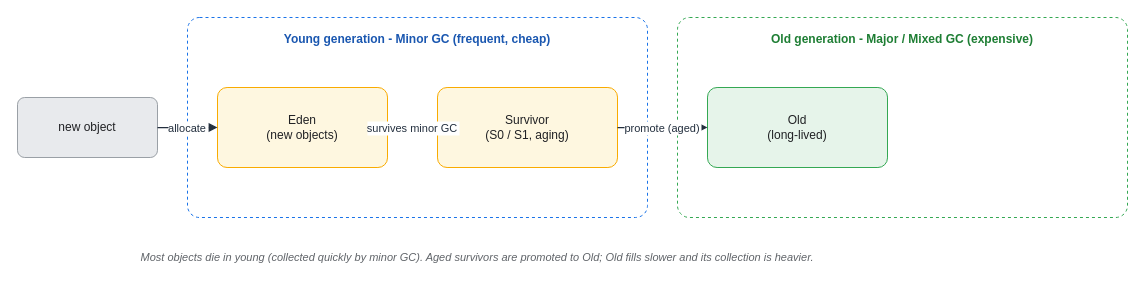
This is assets/img/jvm/jvm-07-gc-generational.drawio from KKamJi98/kkamji98.github.io, a draw.io file, before an edit. Source tidied: cells renumbered, new cells numbered last; positions are measured from the earlier drawing's top-left corner, leaving out a move shared by most shapes. Both pictures are drawn from the tidied source at 100%, with x=0, y=0 at pixel (17, 17).
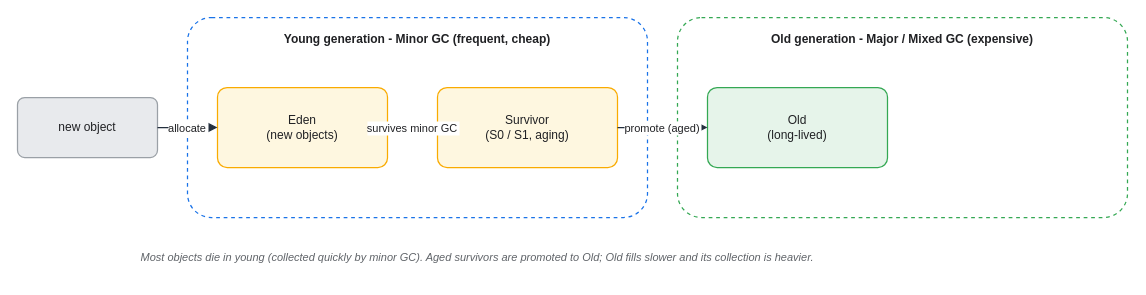
After the change.

Diff of the diagram source:
```diff
@@
 <mxGraphModel background="#FFFFFF">
   <root>
     <mxCell id="0" />
     <mxCell id="1" parent="0" />
-    <mxCell id="2" value="Young generation  -  Minor GC (frequent, cheap)" style="rounded=1;whiteSpace=wrap;html=0;arcSize=6;shadow=0;fillColor=#FFFFFF;strokeColor=#1A73E8;fontColor=#1A57B0;fontStyle=1;verticalAlign=top;align=center;dashed=1;spacingTop=8;" parent="1" vertex="1">
+    <mxCell id="2" value="Young generation  -  Minor GC (frequent, cheap)" style="rounded=1;whiteSpace=wrap;html=0;arcSize=12;shadow=0;fillColor=#FFFFFF;strokeColor=#1A73E8;fontColor=#202124;fontStyle=1;verticalAlign=top;align=center;dashed=1;spacingTop=8;strokeWidth=1.25;" parent="1" vertex="1">
       <mxGeometry x="170" width="460" height="200" as="geometry" />
     </mxCell>
-    <mxCell id="3" value="Old generation  -  Major / Mixed GC (expensive)" style="rounded=1;whiteSpace=wrap;html=0;arcSize=6;shadow=0;fillColor=#FFFFFF;strokeColor=#34A853;fontColor=#1E7E34;fontStyle=1;verticalAlign=top;align=center;dashed=1;spacingTop=8;" parent="1" vertex="1">
+    <mxCell id="3" value="Old generation  -  Major / Mixed GC (expensive)" style="rounded=1;whiteSpace=wrap;html=0;arcSize=12;shadow=0;fillColor=#FFFFFF;strokeColor=#34A853;fontColor=#202124;fontStyle=1;verticalAlign=top;align=center;dashed=1;spacingTop=8;strokeWidth=1.25;" parent="1" vertex="1">
       <mxGeometry x="660" width="450" height="200" as="geometry" />
     </mxCell>
-    <mxCell id="4" value="new object" style="rounded=1;whiteSpace=wrap;html=0;arcSize=12;shadow=0;fillColor=#E8EAED;strokeColor=#9AA0A6;fontColor=#202124;" parent="1" vertex="1">
+    <mxCell id="4" value="new object" style="rounded=1;whiteSpace=wrap;html=0;arcSize=12;shadow=0;fillColor=#E8EAED;strokeColor=#9AA0A6;fontColor=#202124;strokeWidth=1.25;" parent="1" vertex="1">
       <mxGeometry y="80" width="140" height="60" as="geometry" />
     </mxCell>
-    <mxCell id="5" value="Eden&#10;(new objects)" style="rounded=1;whiteSpace=wrap;html=0;arcSize=12;shadow=0;fillColor=#FEF7E0;strokeColor=#F9AB00;fontColor=#202124;" parent="1" vertex="1">
+    <mxCell id="5" value="Eden&#10;(new objects)" style="rounded=1;whiteSpace=wrap;html=0;arcSize=12;shadow=0;fillColor=#FEF7E0;strokeColor=#F9AB00;fontColor=#202124;strokeWidth=1.25;" parent="1" vertex="1">
       <mxGeometry x="200" y="70" width="170" height="80" as="geometry" />
     </mxCell>
-    <mxCell id="6" value="Survivor&#10;(S0 / S1, aging)" style="rounded=1;whiteSpace=wrap;html=0;arcSize=12;shadow=0;fillColor=#FEF7E0;strokeColor=#F9AB00;fontColor=#202124;" parent="1" vertex="1">
+    <mxCell id="6" value="Survivor&#10;(S0 / S1, aging)" style="rounded=1;whiteSpace=wrap;html=0;arcSize=12;shadow=0;fillColor=#FEF7E0;strokeColor=#F9AB00;fontColor=#202124;strokeWidth=1.25;" parent="1" vertex="1">
       <mxGeometry x="420" y="70" width="180" height="80" as="geometry" />
     </mxCell>
-    <mxCell id="7" value="Old&#10;(long-lived)" style="rounded=1;whiteSpace=wrap;html=0;arcSize=12;shadow=0;fillColor=#E6F4EA;strokeColor=#34A853;fontColor=#202124;" parent="1" vertex="1">
+    <mxCell id="7" value="Old&#10;(long-lived)" style="rounded=1;whiteSpace=wrap;html=0;arcSize=12;shadow=0;fillColor=#E6F4EA;strokeColor=#34A853;fontColor=#202124;strokeWidth=1.25;" parent="1" vertex="1">
       <mxGeometry x="690" y="70" width="180" height="80" as="geometry" />
     </mxCell>
     <mxCell id="8" value="Most objects die in young (collected quickly by minor GC). Aged survivors are promoted to Old; Old fills slower and its collection is heavier." style="text;html=0;align=center;verticalAlign=middle;whiteSpace=wrap;fontSize=11;fontColor=#5F6368;fontStyle=2;" parent="1" vertex="1">
       <mxGeometry x="20" y="220" width="880" height="40" as="geometry" />
     </mxCell>
-    <mxCell id="9" value="allocate" style="edgeStyle=orthogonalEdgeStyle;rounded=1;html=0;fontColor=#232F3E;strokeColor=#232F3E;labelBackgroundColor=#FFFFFF;endArrow=block;exitX=1;exitY=0.5;exitDx=0;exitDy=0;entryX=0;entryY=0.5;entryDx=0;entryDy=0;strokeWidth=1.25;" parent="1" edge="1" source="4" target="5">
+    <mxCell id="9" value="allocate" style="edgeStyle=orthogonalEdgeStyle;rounded=1;html=0;fontColor=#202124;strokeColor=#232F3E;labelBackgroundColor=#FFFFFF;endArrow=block;exitX=1;exitY=0.5;exitDx=0;exitDy=0;entryX=0;entryY=0.5;entryDx=0;entryDy=0;strokeWidth=1.25;endSize=7;" parent="1" edge="1" source="4" target="5">
       <mxGeometry relative="1" as="geometry" />
     </mxCell>
-    <mxCell id="10" value="survives minor GC" style="edgeStyle=orthogonalEdgeStyle;rounded=1;html=0;fontColor=#232F3E;strokeColor=#232F3E;labelBackgroundColor=#FFFFFF;endArrow=block;exitX=1;exitY=0.5;exitDx=0;exitDy=0;entryX=0;entryY=0.5;entryDx=0;entryDy=0;strokeWidth=1.25;" parent="1" edge="1" source="5" target="6">
+    <mxCell id="10" value="survives minor GC" style="edgeStyle=orthogonalEdgeStyle;rounded=1;html=0;fontColor=#202124;strokeColor=#232F3E;labelBackgroundColor=#FFFFFF;endArrow=block;exitX=1;exitY=0.5;exitDx=0;exitDy=0;entryX=0;entryY=0.5;entryDx=0;entryDy=0;strokeWidth=1.25;endSize=7;" parent="1" edge="1" source="5" target="6">
       <mxGeometry relative="1" as="geometry" />
     </mxCell>
-    <mxCell id="11" value="promote (aged)" style="edgeStyle=orthogonalEdgeStyle;rounded=1;html=0;fontColor=#232F3E;strokeColor=#232F3E;labelBackgroundColor=#FFFFFF;endArrow=block;exitX=1;exitY=0.5;exitDx=0;exitDy=0;entryX=0;entryY=0.5;entryDx=0;entryDy=0;strokeWidth=1.25;" parent="1" edge="1" source="6" target="7">
+    <mxCell id="11" value="promote (aged)" style="edgeStyle=orthogonalEdgeStyle;rounded=1;html=0;fontColor=#202124;strokeColor=#232F3E;labelBackgroundColor=#FFFFFF;endArrow=block;exitX=1;exitY=0.5;exitDx=0;exitDy=0;entryX=0;entryY=0.5;entryDx=0;entryDy=0;strokeWidth=1.25;endSize=7;" parent="1" edge="1" source="6" target="7">
       <mxGeometry relative="1" as="geometry" />
     </mxCell>
   </root>
 </mxGraphModel>
```
